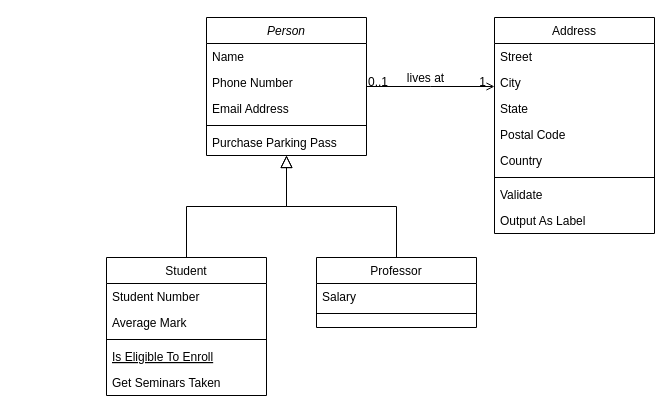
Above: Untitled Diagram.drawio in Kedzies/main (draw.io), before the change. Source tidied: cells renumbered, new cells numbered last; positions are measured from the earlier drawing's top-left corner, leaving out a move shared by most shapes. Both pictures are drawn from the tidied source at 100%, with x=0, y=0 at pixel (106, 17).
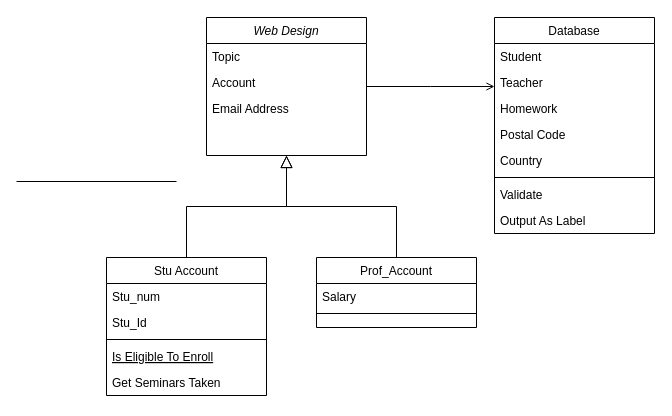
Above is the later version.

Unchanged cells that the change refers to:
```xml
<mxCell id="28" style="endArrow=open;shadow=0;strokeWidth=1;rounded=0;endFill=1;edgeStyle=elbowEdgeStyle;elbow=vertical;" parent="1" edge="1" source="2" target="19">
  <mxGeometry x="0.5" y="41" relative="1" as="geometry">
    <mxPoint x="-40" y="32" as="offset" />
  </mxGeometry>
</mxCell>
```

What changed in the source:
```diff
@@
-    <mxCell id="2" value="Person" style="swimlane;fontStyle=2;align=center;verticalAlign=top;horizontal=1;startSize=26;rounded=0;shadow=0;strokeWidth=1;" parent="1" vertex="1">
+    <mxCell id="2" value="Web Design" style="swimlane;fontStyle=2;align=center;verticalAlign=top;horizontal=1;startSize=26;rounded=0;shadow=0;strokeWidth=1;" parent="1" vertex="1">
       <mxGeometry x="100" width="160" height="138" as="geometry" />
     </mxCell>
-    <mxCell id="3" value="Name" style="text;align=left;verticalAlign=top;spacingLeft=4;spacingRight=4;overflow=hidden;" parent="2" vertex="1">
+    <mxCell id="3" value="Topic" style="text;align=left;verticalAlign=top;spacingLeft=4;spacingRight=4;overflow=hidden;" parent="2" vertex="1">
       <mxGeometry y="26" width="160" height="26" as="geometry" />
     </mxCell>
-    <mxCell id="4" value="Phone Number" style="text;align=left;verticalAlign=top;spacingLeft=4;spacingRight=4;overflow=hidden;rounded=0;shadow=0;html=0;" parent="2" vertex="1">
+    <mxCell id="4" value="Account" style="text;align=left;verticalAlign=top;spacingLeft=4;spacingRight=4;overflow=hidden;rounded=0;shadow=0;html=0;" parent="2" vertex="1">
       <mxGeometry y="52" width="160" height="26" as="geometry" />
     </mxCell>
@@
-    <mxCell id="6" style="line;html=1;strokeWidth=1;align=left;verticalAlign=middle;spacingTop=-1;spacingLeft=3;spacingRight=3;labelPosition=right;" parent="2" vertex="1">
-      <mxGeometry y="104" width="160" height="8" as="geometry" />
-    </mxCell>
-    <mxCell id="7" value="Purchase Parking Pass" style="text;align=left;verticalAlign=top;spacingLeft=4;spacingRight=4;overflow=hidden;" parent="2" vertex="1">
-      <mxGeometry y="112" width="160" height="26" as="geometry" />
-    </mxCell>
-    <mxCell id="8" value="Student" style="swimlane;fontStyle=0;align=center;verticalAlign=top;horizontal=1;startSize=26;rounded=0;shadow=0;strokeWidth=1;" parent="1" vertex="1">
+    <mxCell id="8" value="Stu Account" style="swimlane;fontStyle=0;align=center;verticalAlign=top;horizontal=1;startSize=26;rounded=0;shadow=0;strokeWidth=1;" parent="1" vertex="1">
       <mxGeometry y="240" width="160" height="138" as="geometry" />
     </mxCell>
-    <mxCell id="9" value="Student Number" style="text;align=left;verticalAlign=top;spacingLeft=4;spacingRight=4;overflow=hidden;" parent="8" vertex="1">
+    <mxCell id="9" value="Stu_num" style="text;align=left;verticalAlign=top;spacingLeft=4;spacingRight=4;overflow=hidden;" parent="8" vertex="1">
       <mxGeometry y="26" width="160" height="26" as="geometry" />
     </mxCell>
-    <mxCell id="10" value="Average Mark" style="text;align=left;verticalAlign=top;spacingLeft=4;spacingRight=4;overflow=hidden;rounded=0;shadow=0;html=0;" parent="8" vertex="1">
+    <mxCell id="10" value="Stu_Id" style="text;align=left;verticalAlign=top;spacingLeft=4;spacingRight=4;overflow=hidden;rounded=0;shadow=0;html=0;" parent="8" vertex="1">
       <mxGeometry y="52" width="160" height="26" as="geometry" />
     </mxCell>
@@
-    <mxCell id="15" value="Professor" style="swimlane;fontStyle=0;align=center;verticalAlign=top;horizontal=1;startSize=26;rounded=0;shadow=0;strokeWidth=1;" parent="1" vertex="1">
+    <mxCell id="15" value="Prof_Account" style="swimlane;fontStyle=0;align=center;verticalAlign=top;horizontal=1;startSize=26;rounded=0;shadow=0;strokeWidth=1;" parent="1" vertex="1">
       <mxGeometry x="210" y="240" width="160" height="70" as="geometry" />
     </mxCell>
@@
-    <mxCell id="19" value="Address" style="swimlane;fontStyle=0;align=center;verticalAlign=top;horizontal=1;startSize=26;rounded=0;shadow=0;strokeWidth=1;" parent="1" vertex="1">
+    <mxCell id="19" value="Database" style="swimlane;fontStyle=0;align=center;verticalAlign=top;horizontal=1;startSize=26;rounded=0;shadow=0;strokeWidth=1;" parent="1" vertex="1">
       <mxGeometry x="388" width="160" height="216" as="geometry" />
     </mxCell>
-    <mxCell id="20" value="Street" style="text;align=left;verticalAlign=top;spacingLeft=4;spacingRight=4;overflow=hidden;" parent="19" vertex="1">
+    <mxCell id="20" value="Student" style="text;align=left;verticalAlign=top;spacingLeft=4;spacingRight=4;overflow=hidden;" parent="19" vertex="1">
       <mxGeometry y="26" width="160" height="26" as="geometry" />
     </mxCell>
-    <mxCell id="21" value="City" style="text;align=left;verticalAlign=top;spacingLeft=4;spacingRight=4;overflow=hidden;rounded=0;shadow=0;html=0;" parent="19" vertex="1">
+    <mxCell id="21" value="Teacher" style="text;align=left;verticalAlign=top;spacingLeft=4;spacingRight=4;overflow=hidden;rounded=0;shadow=0;html=0;" parent="19" vertex="1">
       <mxGeometry y="52" width="160" height="26" as="geometry" />
     </mxCell>
-    <mxCell id="22" value="State" style="text;align=left;verticalAlign=top;spacingLeft=4;spacingRight=4;overflow=hidden;rounded=0;shadow=0;html=0;" parent="19" vertex="1">
+    <mxCell id="22" value="Homework" style="text;align=left;verticalAlign=top;spacingLeft=4;spacingRight=4;overflow=hidden;rounded=0;shadow=0;html=0;" parent="19" vertex="1">
       <mxGeometry y="78" width="160" height="26" as="geometry" />
     </mxCell>
@@
-    <mxCell id="29" value="0..1" style="align=left;verticalAlign=bottom;labelBackgroundColor=none;fontSize=12;" parent="28" vertex="1">
-      <mxGeometry x="-1" relative="1" as="geometry">
-        <mxPoint y="4" as="offset" />
-      </mxGeometry>
-    </mxCell>
-    <mxCell id="30" value="1" style="align=right;verticalAlign=bottom;labelBackgroundColor=none;fontSize=12;" parent="28" vertex="1">
-      <mxGeometry x="1" relative="1" as="geometry">
-        <mxPoint x="-7" y="4" as="offset" />
-      </mxGeometry>
-    </mxCell>
-    <mxCell id="31" value="lives at" style="text;html=1;align=center;verticalAlign=middle;labelBackgroundColor=none;rounded=0;shadow=0;strokeWidth=1;fontSize=12;" parent="28" vertex="1">
-      <mxGeometry x="0.5" y="49" relative="1" as="geometry">
-        <mxPoint x="-38" y="40" as="offset" />
-      </mxGeometry>
-    </mxCell>
+    <mxCell id="6" style="line;html=1;strokeWidth=1;align=left;verticalAlign=middle;spacingTop=-1;spacingLeft=3;spacingRight=3;labelPosition=right;" parent="1" vertex="1">
+      <mxGeometry x="-90" y="160" width="160" height="8" as="geometry" />
+    </mxCell>
```
